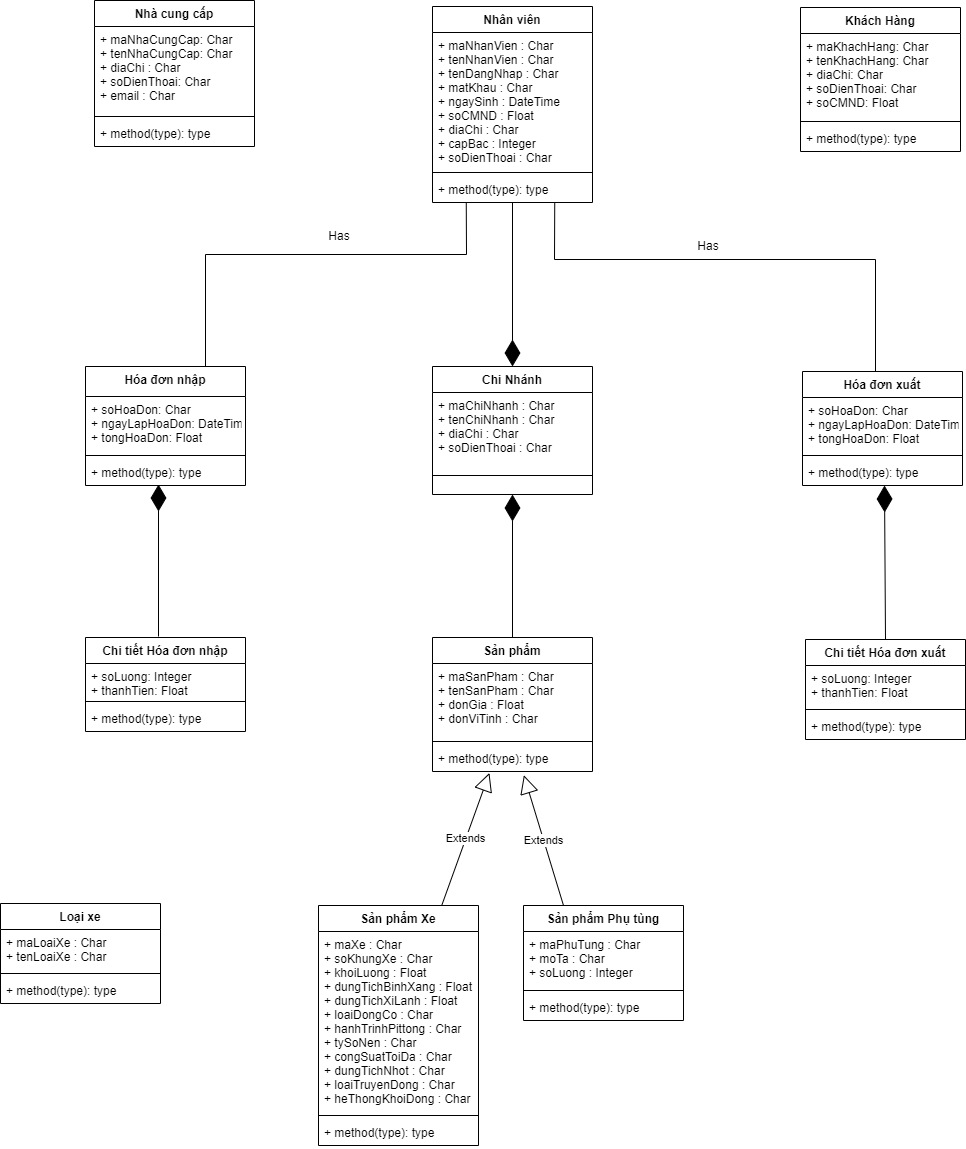
The draw.io diagram Sơ Đồ Class.png in ChauCongTu/thiet-ke-linh-tinh, before a commit. Source tidied: cells renumbered, new cells last; positions are measured from the earlier drawing's top-left corner, leaving out a move shared by most shapes.
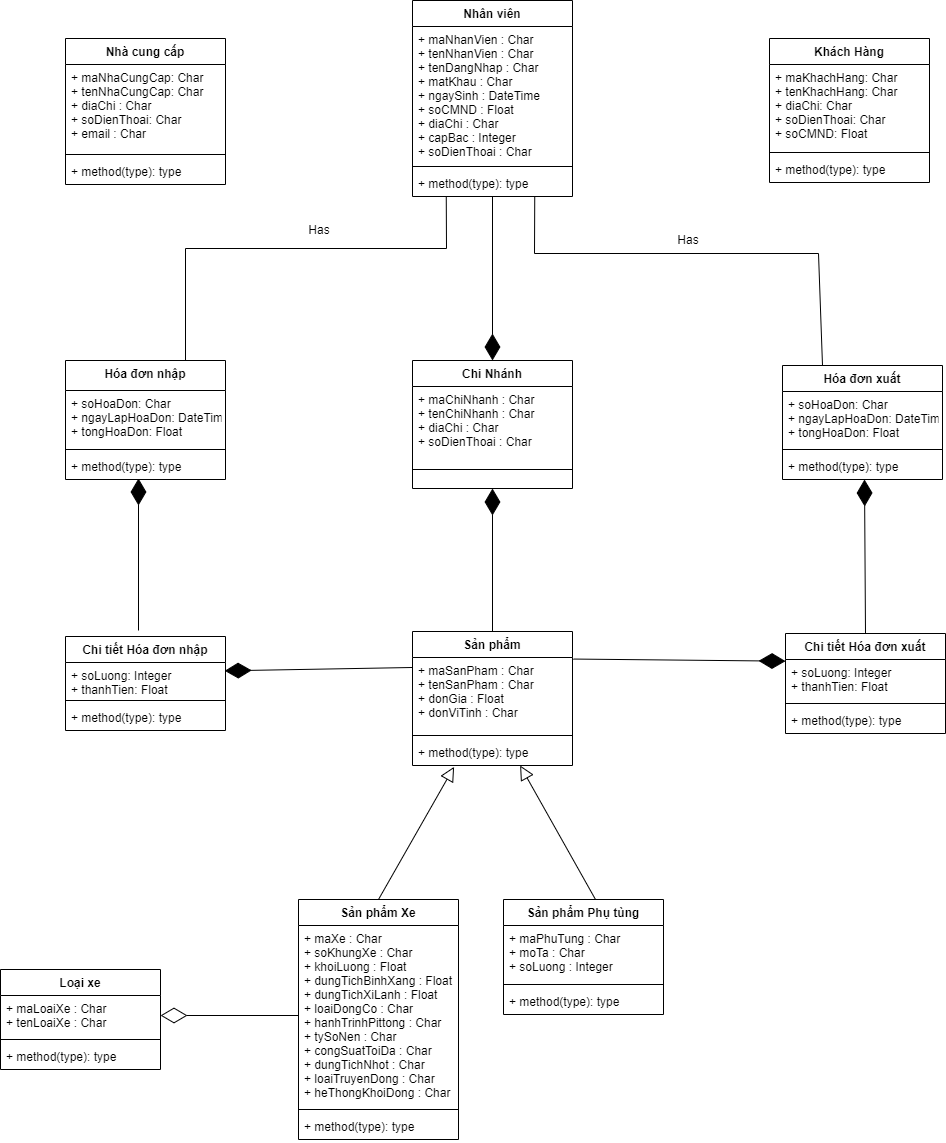
Later version of the same file.

Commit message:
Cập nhật Sơ Đồ Class.png

Change to the diagram source:
```diff
@@ -12,7 +12,7 @@
       <mxGeometry y="90" width="160" height="38" as="geometry" />
     </mxCell>
     <mxCell id="5" value="Khách Hàng" style="swimlane;fontStyle=1;align=center;verticalAlign=top;horizontal=1;startSize=26;" parent="1" vertex="1">
-      <mxGeometry x="800" y="7" width="160" height="144" as="geometry" />
+      <mxGeometry x="789" y="44" width="160" height="144" as="geometry" />
     </mxCell>
     <mxCell id="6" value="+ maKhachHang: Char&#10;+ tenKhachHang: Char&#10;+ diaChi: Char&#10;+ soDienThoai: Char&#10;+ soCMND: Float" style="text;strokeColor=none;fillColor=none;align=left;verticalAlign=top;spacingLeft=4;spacingRight=4;overflow=hidden;" parent="5" vertex="1">
       <mxGeometry y="26" width="160" height="84" as="geometry" />
@@ -24,7 +24,7 @@
       <mxGeometry y="118" width="160" height="26" as="geometry" />
     </mxCell>
     <mxCell id="9" value="Nhà cung cấp" style="swimlane;fontStyle=1;align=center;verticalAlign=top;horizontal=1;startSize=26;" parent="1" vertex="1">
-      <mxGeometry x="94" width="160" height="146" as="geometry" />
+      <mxGeometry x="85" y="44" width="160" height="146" as="geometry" />
     </mxCell>
     <mxCell id="10" value="+ maNhaCungCap: Char&#10;+ tenNhaCungCap: Char&#10;+ diaChi : Char&#10;+ soDienThoai: Char&#10;+ email : Char" style="text;strokeColor=none;fillColor=none;align=left;verticalAlign=top;spacingLeft=4;spacingRight=4;overflow=hidden;" parent="9" vertex="1">
       <mxGeometry y="26" width="160" height="86" as="geometry" />
@@ -60,7 +60,7 @@
       <mxGeometry y="170" width="160" height="26" as="geometry" />
     </mxCell>
     <mxCell id="21" value="Loại xe" style="swimlane;fontStyle=1;align=center;verticalAlign=top;horizontal=1;startSize=26;" parent="1" vertex="1">
-      <mxGeometry y="903" width="160" height="100" as="geometry" />
+      <mxGeometry x="20" y="975" width="160" height="100" as="geometry" />
     </mxCell>
     <mxCell id="22" value="+ maLoaiXe : Char&#10;+ tenLoaiXe : Char" style="text;strokeColor=none;fillColor=none;align=left;verticalAlign=top;spacingLeft=4;spacingRight=4;overflow=hidden;points=[[0,0.5],[1,0.5]];portConstraint=eastwest;" parent="21" vertex="1">
       <mxGeometry y="26" width="160" height="40" as="geometry" />
@@ -120,7 +120,7 @@
       <mxGeometry y="74" width="160" height="26" as="geometry" />
     </mxCell>
     <mxCell id="41" value="Chi tiết Hóa đơn nhập" style="swimlane;fontStyle=1;align=center;verticalAlign=top;horizontal=1;startSize=26;" parent="1" vertex="1">
-      <mxGeometry x="85" y="637" width="160" height="94" as="geometry" />
+      <mxGeometry x="85" y="642" width="160" height="94" as="geometry" />
     </mxCell>
     <mxCell id="42" value="+ soLuong: Integer&#10;+ thanhTien: Float" style="text;strokeColor=none;fillColor=none;align=left;verticalAlign=top;spacingLeft=4;spacingRight=4;overflow=hidden;points=[[0,0.5],[1,0.5]];portConstraint=eastwest;" parent="41" vertex="1">
       <mxGeometry y="26" width="160" height="34" as="geometry" />
@@ -149,12 +149,6 @@
     <mxCell id="50" style="endArrow=diamondThin;endFill=1;endSize=24;html=1;rounded=0;entryX=0.5;entryY=0;entryDx=0;entryDy=0;" parent="1" edge="1" source="20" target="2">
       <mxGeometry relative="1" as="geometry" />
     </mxCell>
-    <mxCell id="51" value="Extends" style="endArrow=block;endSize=16;endFill=0;html=1;rounded=0;entryX=0.356;entryY=1.055;entryDx=0;entryDy=0;entryPerimeter=0;" parent="1" edge="1" source="29" target="36">
-      <mxGeometry relative="1" as="geometry" />
-    </mxCell>
-    <mxCell id="52" value="Extends" style="endArrow=block;endSize=16;endFill=0;html=1;rounded=0;entryX=0.571;entryY=1.143;entryDx=0;entryDy=0;entryPerimeter=0;exitX=0.25;exitY=0;exitDx=0;exitDy=0;" parent="1" edge="1" source="25" target="36">
-      <mxGeometry relative="1" as="geometry" />
-    </mxCell>
     <mxCell id="53" value="Has&lt;span style=&quot;color: rgba(0, 0, 0, 0); font-family: monospace; font-size: 0px; text-align: start;&quot;&gt;%3CmxGraphModel%3E%3Croot%3E%3CmxCell%20id%3D%220%22%2F%3E%3CmxCell%20id%3D%221%22%20parent%3D%220%22%2F%3E%3CmxCell%20id%3D%222%22%20value%3D%22%22%20style%3D%22endArrow%3Dnone%3Bhtml%3D1%3Brounded%3D0%3BexitX%3D1%3BexitY%3D0.25%3BexitDx%3D0%3BexitDy%3D0%3B%22%20edge%3D%221%22%20parent%3D%221%22%3E%3CmxGeometry%20width%3D%2250%22%20height%3D%2250%22%20relative%3D%221%22%20as%3D%22geometry%22%3E%3CmxPoint%20x%3D%22667%22%20y%3D%22139%22%20as%3D%22sourcePoint%22%2F%3E%3CmxPoint%20x%3D%22881%22%20y%3D%22139.72789115646253%22%20as%3D%22targetPoint%22%2F%3E%3C%2FmxGeometry%3E%3C%2FmxCell%3E%3C%2Froot%3E%3C%2FmxGraphModel%3E&lt;/span&gt;" style="text;html=1;strokeColor=none;fillColor=none;align=center;verticalAlign=middle;whiteSpace=wrap;rounded=0;" parent="1" vertex="1">
       <mxGeometry x="678" y="231" width="60" height="30" as="geometry" />
     </mxCell>
@@ -169,11 +163,10 @@
         </Array>
       </mxGeometry>
     </mxCell>
-    <mxCell id="56" style="endArrow=none;html=1;rounded=0;exitX=0.75;exitY=0;exitDx=0;exitDy=0;entryX=0.764;entryY=1.015;entryDx=0;entryDy=0;entryPerimeter=0;" parent="1" edge="1" target="20">
+    <mxCell id="56" style="endArrow=none;html=1;rounded=0;exitX=0.25;exitY=0;exitDx=0;exitDy=0;entryX=0.764;entryY=1.015;entryDx=0;entryDy=0;entryPerimeter=0;" parent="1" edge="1" source="45" target="20">
       <mxGeometry relative="1" as="geometry">
-        <mxPoint x="875" y="371" as="sourcePoint" />
         <Array as="points">
-          <mxPoint x="875" y="259" />
+          <mxPoint x="838" y="259" />
           <mxPoint x="554" y="259" />
         </Array>
       </mxGeometry>
@@ -189,5 +182,24 @@
         <mxPoint x="158" y="484" as="targetPoint" />
       </mxGeometry>
     </mxCell>
+    <mxCell id="51" style="edgeStyle=none;html=1;endSize=12;endArrow=block;endFill=0;rounded=0;entryX=0.26;entryY=1.051;entryDx=0;entryDy=0;entryPerimeter=0;exitX=0.5;exitY=0;exitDx=0;exitDy=0;" parent="1" edge="1" source="29" target="36">
+      <mxGeometry relative="1" as="geometry" />
+    </mxCell>
+    <mxCell id="59" style="edgeStyle=none;html=1;endSize=12;endArrow=block;endFill=0;rounded=0;entryX=0.26;entryY=1.051;entryDx=0;entryDy=0;entryPerimeter=0;exitX=0.575;exitY=0;exitDx=0;exitDy=0;exitPerimeter=0;" parent="1" edge="1" source="25">
+      <mxGeometry relative="1" as="geometry">
+        <mxPoint x="539.6" y="771" as="targetPoint" />
+      </mxGeometry>
+    </mxCell>
+    <mxCell id="60" style="endArrow=diamondThin;endFill=1;endSize=24;html=1;rounded=0;entryX=0.995;entryY=0.245;entryDx=0;entryDy=0;exitX=0;exitY=0.135;exitDx=0;exitDy=0;exitPerimeter=0;entryPerimeter=0;" parent="1" edge="1" source="34" target="42">
+      <mxGeometry relative="1" as="geometry" />
+    </mxCell>
+    <mxCell id="61" style="endArrow=diamondThin;endFill=1;endSize=24;html=1;rounded=0;entryX=0.995;entryY=0.245;entryDx=0;entryDy=0;exitX=1.006;exitY=0.021;exitDx=0;exitDy=0;exitPerimeter=0;entryPerimeter=0;" parent="1" edge="1" source="34">
+      <mxGeometry relative="1" as="geometry">
+        <mxPoint x="805" y="666.7" as="targetPoint" />
+      </mxGeometry>
+    </mxCell>
+    <mxCell id="62" style="endArrow=diamondThin;endFill=0;endSize=24;html=1;rounded=0;" parent="1" edge="1" source="30" target="22">
+      <mxGeometry relative="1" as="geometry" />
+    </mxCell>
   </root>
 </mxGraphModel>
```
